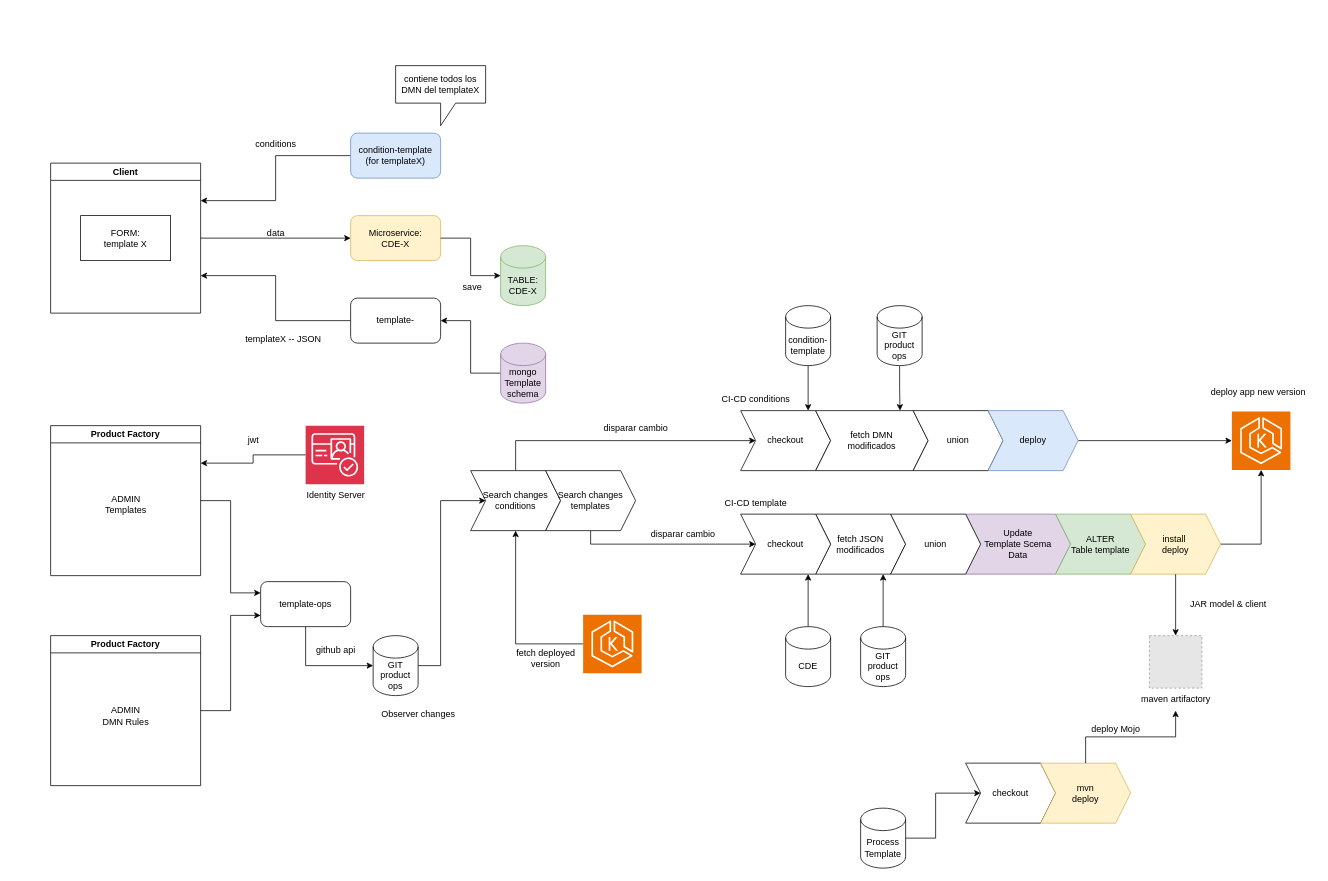
Earlier version of the draw.io diagram fabrica-productos.drawio (saman-core/docs). Source tidied: cells renumbered, new cells numbered last; positions are measured from the earlier drawing's top-left corner, leaving out a move shared by most shapes. Both pictures are drawn from the tidied source at 75%, with x=0, y=0 at pixel (50, 65). Pictures stored in the file or linked from it are replaced by grey dashed boxes.
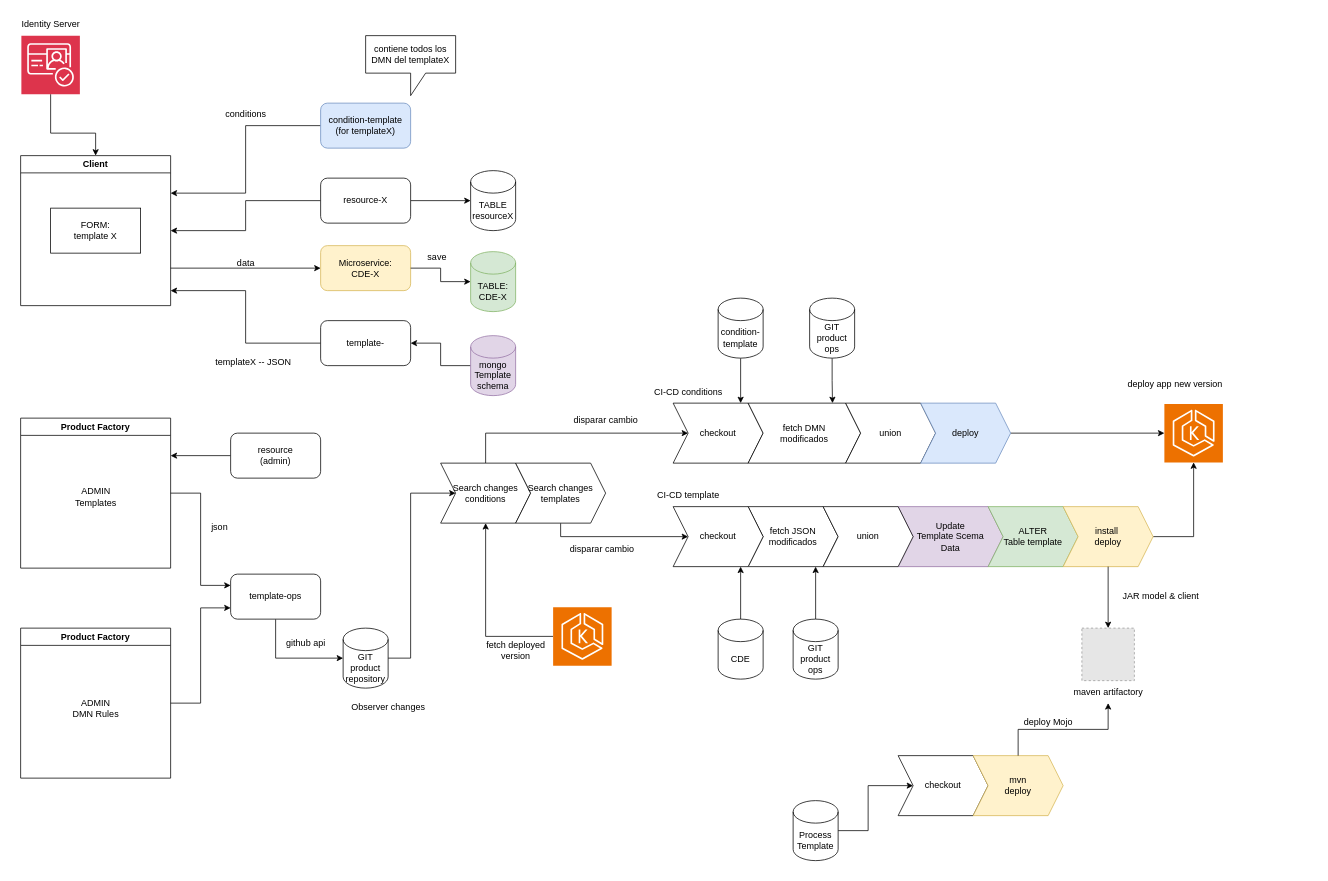
After the change.

The edit, as a diff of the source:
```diff
@@
     <mxCell id="2" style="edgeStyle=orthogonalEdgeStyle;rounded=0;jettySize=auto;html=1;" parent="1" edge="1" source="3" target="50">
       <mxGeometry relative="1" as="geometry">
         <Array as="points">
-          <mxPoint x="520" y="800" />
-          <mxPoint x="520" y="580" />
+          <mxPoint x="480" y="790" />
+          <mxPoint x="480" y="570" />
         </Array>
       </mxGeometry>
     </mxCell>
-    <mxCell id="3" value="GIT&lt;br&gt;product ops" style="shape=cylinder3;whiteSpace=wrap;html=1;boundedLbl=1;backgroundOutline=1;size=15;" parent="1" vertex="1">
-      <mxGeometry x="430" y="760" width="60" height="80" as="geometry" />
+    <mxCell id="3" value="GIT&lt;br&gt;product repository" style="shape=cylinder3;whiteSpace=wrap;html=1;boundedLbl=1;backgroundOutline=1;size=15;" parent="1" vertex="1">
+      <mxGeometry x="390" y="750" width="60" height="80" as="geometry" />
     </mxCell>
     <mxCell id="4" style="edgeStyle=orthogonalEdgeStyle;rounded=0;jettySize=auto;html=1;" parent="1" edge="1" source="5" target="3">
       <mxGeometry relative="1" as="geometry">
         <Array as="points">
-          <mxPoint x="340" y="800" />
+          <mxPoint x="300" y="790" />
         </Array>
       </mxGeometry>
     </mxCell>
     <mxCell id="5" value="template-ops" style="rounded=1;whiteSpace=wrap;html=1;" parent="1" vertex="1">
-      <mxGeometry x="280" y="688" width="120" height="60" as="geometry" />
+      <mxGeometry x="240" y="678" width="120" height="60" as="geometry" />
     </mxCell>
     <mxCell id="6" value="github api" style="text;html=1;align=center;verticalAlign=middle;strokeColor=none;fillColor=none;" parent="1" vertex="1">
-      <mxGeometry x="340" y="765" width="80" height="30" as="geometry" />
+      <mxGeometry x="300" y="755" width="80" height="30" as="geometry" />
     </mxCell>
@@
     <mxCell id="8" value="Product Factory" style="swimlane;whiteSpace=wrap;html=1;" parent="1" vertex="1">
-      <mxGeometry y="480" width="200" height="200" as="geometry" />
+      <mxGeometry x="-40" y="470" width="200" height="200" as="geometry" />
     </mxCell>
@@
     <mxCell id="11" value="Product Factory" style="swimlane;whiteSpace=wrap;html=1;" parent="1" vertex="1">
-      <mxGeometry y="760" width="200" height="200" as="geometry" />
+      <mxGeometry x="-40" y="750" width="200" height="200" as="geometry" />
     </mxCell>
@@
-    <mxCell id="13" style="edgeStyle=orthogonalEdgeStyle;rounded=0;jettySize=auto;html=1;" parent="1" edge="1" source="14" target="25">
+    <mxCell id="13" style="edgeStyle=orthogonalEdgeStyle;rounded=0;jettySize=auto;html=1;exitX=1;exitY=0.75;exitDx=0;exitDy=0;" parent="1" edge="1" source="14" target="25">
       <mxGeometry relative="1" as="geometry" />
     </mxCell>
     <mxCell id="14" value="Client" style="swimlane;whiteSpace=wrap;html=1;" parent="1" vertex="1">
-      <mxGeometry y="130" width="200" height="200" as="geometry" />
+      <mxGeometry x="-40" y="120" width="200" height="200" as="geometry" />
     </mxCell>
@@
-    <mxCell id="16" style="edgeStyle=orthogonalEdgeStyle;rounded=0;jettySize=auto;html=1;entryX=1;entryY=0.75;entryDx=0;entryDy=0;" parent="1" edge="1" source="17" target="14">
-      <mxGeometry relative="1" as="geometry" />
+    <mxCell id="16" style="edgeStyle=orthogonalEdgeStyle;rounded=0;jettySize=auto;html=1;" parent="1" edge="1" source="17">
+      <mxGeometry relative="1" as="geometry">
+        <mxPoint x="160" y="300" as="targetPoint" />
+        <Array as="points">
+          <mxPoint x="260" y="370" />
+          <mxPoint x="260" y="300" />
+        </Array>
+      </mxGeometry>
     </mxCell>
     <mxCell id="17" value="template-" style="rounded=1;whiteSpace=wrap;html=1;" parent="1" vertex="1">
-      <mxGeometry x="400" y="310" width="120" height="60" as="geometry" />
+      <mxGeometry x="360" y="340" width="120" height="60" as="geometry" />
     </mxCell>
@@
     <mxCell id="19" value="condition-template&lt;br&gt;(for templateX)" style="rounded=1;whiteSpace=wrap;html=1;fillColor=#dae8fc;strokeColor=#6c8ebf;" parent="1" vertex="1">
-      <mxGeometry x="400" y="90" width="120" height="60" as="geometry" />
+      <mxGeometry x="360" y="50" width="120" height="60" as="geometry" />
     </mxCell>
@@
     <mxCell id="21" value="mongo&lt;br&gt;Template&lt;br&gt;schema" style="shape=cylinder3;whiteSpace=wrap;html=1;boundedLbl=1;backgroundOutline=1;size=15;fillColor=#e1d5e7;strokeColor=#9673a6;" parent="1" vertex="1">
-      <mxGeometry x="600" y="370" width="60" height="80" as="geometry" />
+      <mxGeometry x="560" y="360" width="60" height="80" as="geometry" />
     </mxCell>
     <mxCell id="22" value="templateX -- JSON" style="text;html=1;align=center;verticalAlign=middle;strokeColor=none;fillColor=none;" parent="1" vertex="1">
-      <mxGeometry x="250" y="350" width="120" height="30" as="geometry" />
+      <mxGeometry x="210" y="380" width="120" height="30" as="geometry" />
     </mxCell>
     <mxCell id="23" value="conditions" style="text;html=1;align=center;verticalAlign=middle;strokeColor=none;fillColor=none;" parent="1" vertex="1">
-      <mxGeometry x="260" y="90" width="80" height="30" as="geometry" />
+      <mxGeometry x="220" y="50" width="80" height="30" as="geometry" />
     </mxCell>
     <mxCell id="24" value="contiene todos los DMN del templateX" style="shape=callout;whiteSpace=wrap;html=1;perimeter=calloutPerimeter;" parent="1" vertex="1">
-      <mxGeometry x="460" width="120" height="80" as="geometry" />
+      <mxGeometry x="420" y="-40" width="120" height="80" as="geometry" />
     </mxCell>
     <mxCell id="25" value="Microservice:&lt;br&gt;CDE-X" style="rounded=1;whiteSpace=wrap;html=1;fillColor=#fff2cc;strokeColor=#d6b656;" parent="1" vertex="1">
-      <mxGeometry x="400" y="200" width="120" height="60" as="geometry" />
+      <mxGeometry x="360" y="240" width="120" height="60" as="geometry" />
     </mxCell>
     <mxCell id="26" value="data" style="text;html=1;align=center;verticalAlign=middle;strokeColor=none;fillColor=none;" parent="1" vertex="1">
-      <mxGeometry x="275" y="208" width="50" height="30" as="geometry" />
+      <mxGeometry x="235" y="248" width="50" height="30" as="geometry" />
     </mxCell>
     <mxCell id="27" value="TABLE:&lt;br&gt;CDE-X" style="shape=cylinder3;whiteSpace=wrap;html=1;boundedLbl=1;backgroundOutline=1;size=15;fillColor=#d5e8d4;strokeColor=#82b366;" parent="1" vertex="1">
-      <mxGeometry x="600" y="240" width="60" height="80" as="geometry" />
+      <mxGeometry x="560" y="248" width="60" height="80" as="geometry" />
     </mxCell>
     <mxCell id="28" style="edgeStyle=orthogonalEdgeStyle;rounded=0;jettySize=auto;html=1;entryX=0;entryY=0.5;entryDx=0;entryDy=0;entryPerimeter=0;exitX=1;exitY=0.5;exitDx=0;exitDy=0;" parent="1" edge="1" source="25" target="27">
       <mxGeometry relative="1" as="geometry">
         <Array as="points">
-          <mxPoint x="560" y="230" />
-          <mxPoint x="560" y="280" />
+          <mxPoint x="520" y="270" />
+          <mxPoint x="520" y="288" />
         </Array>
       </mxGeometry>
     </mxCell>
     <mxCell id="29" value="save" style="text;html=1;align=center;verticalAlign=middle;strokeColor=none;fillColor=none;" parent="1" vertex="1">
-      <mxGeometry x="537" y="280" width="50" height="30" as="geometry" />
+      <mxGeometry x="490" y="240" width="50" height="30" as="geometry" />
     </mxCell>
     <mxCell id="30" value="Update&lt;br&gt;Template Scema&lt;br&gt;Data" style="shape=step;perimeter=stepPerimeter;whiteSpace=wrap;html=1;fixedSize=1;fillColor=#e1d5e7;strokeColor=#9673a6;" parent="1" vertex="1">
-      <mxGeometry x="1220" y="598" width="140" height="80" as="geometry" />
+      <mxGeometry x="1130" y="588" width="140" height="80" as="geometry" />
     </mxCell>
     <mxCell id="31" value="ALTER&lt;br&gt;Table template" style="shape=step;perimeter=stepPerimeter;whiteSpace=wrap;html=1;fixedSize=1;fillColor=#d5e8d4;strokeColor=#82b366;" parent="1" vertex="1">
-      <mxGeometry x="1340" y="598" width="120" height="80" as="geometry" />
+      <mxGeometry x="1250" y="588" width="120" height="80" as="geometry" />
     </mxCell>
     <mxCell id="32" value="fetch JSON&lt;br style=&quot;border-color: var(--border-color);&quot;&gt;modificados" style="shape=step;perimeter=stepPerimeter;whiteSpace=wrap;html=1;fixedSize=1;" parent="1" vertex="1">
-      <mxGeometry x="1020" y="598" width="120" height="80" as="geometry" />
+      <mxGeometry x="930" y="588" width="120" height="80" as="geometry" />
     </mxCell>
@@
     <mxCell id="34" value="install&amp;nbsp;&lt;br&gt;deploy" style="shape=step;perimeter=stepPerimeter;whiteSpace=wrap;html=1;fixedSize=1;fillColor=#fff2cc;strokeColor=#d6b656;" parent="1" vertex="1">
-      <mxGeometry x="1440" y="598" width="120" height="80" as="geometry" />
+      <mxGeometry x="1350" y="588" width="120" height="80" as="geometry" />
     </mxCell>
     <mxCell id="35" value="checkout" style="shape=step;perimeter=stepPerimeter;whiteSpace=wrap;html=1;fixedSize=1;" parent="1" vertex="1">
-      <mxGeometry x="920" y="460" width="120" height="80" as="geometry" />
+      <mxGeometry x="830" y="450" width="120" height="80" as="geometry" />
     </mxCell>
     <mxCell id="36" value="fetch DMN&lt;br style=&quot;border-color: var(--border-color);&quot;&gt;modificados" style="shape=step;perimeter=stepPerimeter;whiteSpace=wrap;html=1;fixedSize=1;" parent="1" vertex="1">
-      <mxGeometry x="1020" y="460" width="150" height="80" as="geometry" />
+      <mxGeometry x="930" y="450" width="150" height="80" as="geometry" />
     </mxCell>
     <mxCell id="37" value="union" style="shape=step;perimeter=stepPerimeter;whiteSpace=wrap;html=1;fixedSize=1;" parent="1" vertex="1">
-      <mxGeometry x="1150" y="460" width="120" height="80" as="geometry" />
+      <mxGeometry x="1060" y="450" width="120" height="80" as="geometry" />
     </mxCell>
@@
     <mxCell id="39" value="deploy" style="shape=step;perimeter=stepPerimeter;whiteSpace=wrap;html=1;fixedSize=1;fillColor=#dae8fc;strokeColor=#6c8ebf;" parent="1" vertex="1">
-      <mxGeometry x="1250" y="460" width="120" height="80" as="geometry" />
+      <mxGeometry x="1160" y="450" width="120" height="80" as="geometry" />
     </mxCell>
     <mxCell id="40" value="CI-CD conditions" style="text;html=1;align=center;verticalAlign=middle;strokeColor=none;fillColor=none;" parent="1" vertex="1">
-      <mxGeometry x="885" y="430" width="110" height="30" as="geometry" />
+      <mxGeometry x="795" y="420" width="110" height="30" as="geometry" />
     </mxCell>
     <mxCell id="41" value="CI-CD template" style="text;html=1;align=center;verticalAlign=middle;strokeColor=none;fillColor=none;" parent="1" vertex="1">
-      <mxGeometry x="885" y="568" width="110" height="30" as="geometry" />
+      <mxGeometry x="795" y="558" width="110" height="30" as="geometry" />
     </mxCell>
@@
     <mxCell id="43" value="condition-template" style="shape=cylinder3;whiteSpace=wrap;html=1;boundedLbl=1;backgroundOutline=1;size=15;" parent="1" vertex="1">
-      <mxGeometry x="980" y="320" width="60" height="80" as="geometry" />
+      <mxGeometry x="890" y="310" width="60" height="80" as="geometry" />
     </mxCell>
@@
     <mxCell id="45" value="CDE" style="shape=cylinder3;whiteSpace=wrap;html=1;boundedLbl=1;backgroundOutline=1;size=15;" parent="1" vertex="1">
-      <mxGeometry x="980" y="748" width="60" height="80" as="geometry" />
+      <mxGeometry x="890" y="738" width="60" height="80" as="geometry" />
     </mxCell>
     <mxCell id="46" value="checkout" style="shape=step;perimeter=stepPerimeter;whiteSpace=wrap;html=1;fixedSize=1;" parent="1" vertex="1">
-      <mxGeometry x="920" y="598" width="120" height="80" as="geometry" />
+      <mxGeometry x="830" y="588" width="120" height="80" as="geometry" />
     </mxCell>
     <mxCell id="47" value="union" style="shape=step;perimeter=stepPerimeter;whiteSpace=wrap;html=1;fixedSize=1;" parent="1" vertex="1">
-      <mxGeometry x="1120" y="598" width="120" height="80" as="geometry" />
+      <mxGeometry x="1030" y="588" width="120" height="80" as="geometry" />
     </mxCell>
@@
     <mxCell id="49" style="edgeStyle=orthogonalEdgeStyle;rounded=0;jettySize=auto;html=1;" parent="1" edge="1" source="50" target="35">
       <mxGeometry relative="1" as="geometry">
         <Array as="points">
-          <mxPoint x="620" y="500" />
+          <mxPoint x="580" y="490" />
         </Array>
       </mxGeometry>
     </mxCell>
     <mxCell id="50" value="Search changes&lt;br&gt;conditions" style="shape=step;perimeter=stepPerimeter;whiteSpace=wrap;html=1;fixedSize=1;" parent="1" vertex="1">
-      <mxGeometry x="560" y="540" width="120" height="80" as="geometry" />
+      <mxGeometry x="520" y="530" width="120" height="80" as="geometry" />
     </mxCell>
     <mxCell id="51" value="Observer changes" style="text;html=1;align=center;verticalAlign=middle;strokeColor=none;fillColor=none;" parent="1" vertex="1">
-      <mxGeometry x="430" y="850" width="120" height="30" as="geometry" />
+      <mxGeometry x="390" y="840" width="120" height="30" as="geometry" />
     </mxCell>
     <mxCell id="52" style="edgeStyle=orthogonalEdgeStyle;rounded=0;jettySize=auto;html=1;" parent="1" edge="1" source="53" target="46">
       <mxGeometry relative="1" as="geometry">
         <Array as="points">
-          <mxPoint x="720" y="638" />
+          <mxPoint x="680" y="628" />
         </Array>
       </mxGeometry>
     </mxCell>
     <mxCell id="53" value="Search changes&lt;br&gt;templates" style="shape=step;perimeter=stepPerimeter;whiteSpace=wrap;html=1;fixedSize=1;" parent="1" vertex="1">
-      <mxGeometry x="660" y="540" width="120" height="80" as="geometry" />
+      <mxGeometry x="620" y="530" width="120" height="80" as="geometry" />
     </mxCell>
@@
     <mxCell id="55" value="GIT&lt;br&gt;product ops" style="shape=cylinder3;whiteSpace=wrap;html=1;boundedLbl=1;backgroundOutline=1;size=15;" parent="1" vertex="1">
-      <mxGeometry x="1102" y="320" width="60" height="80" as="geometry" />
+      <mxGeometry x="1012" y="310" width="60" height="80" as="geometry" />
     </mxCell>
@@
     <mxCell id="57" value="GIT&lt;br&gt;product ops" style="shape=cylinder3;whiteSpace=wrap;html=1;boundedLbl=1;backgroundOutline=1;size=15;" parent="1" vertex="1">
-      <mxGeometry x="1080" y="748" width="60" height="80" as="geometry" />
+      <mxGeometry x="990" y="738" width="60" height="80" as="geometry" />
     </mxCell>
@@
     <mxCell id="59" style="sketch=0;points=[[0,0,0],[0.25,0,0],[0.5,0,0],[0.75,0,0],[1,0,0],[0,1,0],[0.25,1,0],[0.5,1,0],[0.75,1,0],[1,1,0],[0,0.25,0],[0,0.5,0],[0,0.75,0],[1,0.25,0],[1,0.5,0],[1,0.75,0]];outlineConnect=0;fontColor=#232F3E;fillColor=#ED7100;strokeColor=#ffffff;dashed=0;verticalLabelPosition=bottom;verticalAlign=top;align=center;html=1;fontSize=12;fontStyle=0;shape=mxgraph.aws4.resourceIcon;resIcon=mxgraph.aws4.eks;" parent="1" vertex="1">
-      <mxGeometry x="710" y="732" width="78" height="78" as="geometry" />
+      <mxGeometry x="670" y="722" width="78" height="78" as="geometry" />
     </mxCell>
     <mxCell id="60" value="fetch deployed&lt;br&gt;version" style="text;html=1;align=center;verticalAlign=middle;strokeColor=none;fillColor=none;" parent="1" vertex="1">
-      <mxGeometry x="610" y="770" width="100" height="40" as="geometry" />
+      <mxGeometry x="570" y="760" width="100" height="40" as="geometry" />
     </mxCell>
     <mxCell id="61" style="sketch=0;points=[[0,0,0],[0.25,0,0],[0.5,0,0],[0.75,0,0],[1,0,0],[0,1,0],[0.25,1,0],[0.5,1,0],[0.75,1,0],[1,1,0],[0,0.25,0],[0,0.5,0],[0,0.75,0],[1,0.25,0],[1,0.5,0],[1,0.75,0]];outlineConnect=0;fontColor=#232F3E;fillColor=#ED7100;strokeColor=#ffffff;dashed=0;verticalLabelPosition=bottom;verticalAlign=top;align=center;html=1;fontSize=12;fontStyle=0;shape=mxgraph.aws4.resourceIcon;resIcon=mxgraph.aws4.eks;" parent="1" vertex="1">
-      <mxGeometry x="1575" y="461" width="78" height="78" as="geometry" />
+      <mxGeometry x="1485" y="451" width="78" height="78" as="geometry" />
     </mxCell>
     <mxCell id="62" value="deploy app new version" style="text;html=1;align=center;verticalAlign=middle;strokeColor=none;fillColor=none;" parent="1" vertex="1">
-      <mxGeometry x="1535" y="420" width="150" height="30" as="geometry" />
+      <mxGeometry x="1424" y="410" width="150" height="30" as="geometry" />
     </mxCell>
     <mxCell id="63" style="fillColor=#E6E6E6;strokeColor=#999999;dashed=1;verticalLabelPosition=bottom;verticalAlign=top;" parent="1" vertex="1">
-      <mxGeometry x="1465" y="760" width="70" height="70" as="geometry" />
+      <mxGeometry x="1375" y="750" width="70" height="70" as="geometry" />
     </mxCell>
     <mxCell id="64" value="maven artifactory" style="text;html=1;align=center;verticalAlign=middle;points=[];strokeColor=none;fillColor=none;" parent="1" vertex="1">
-      <mxGeometry x="1440" y="830" width="120" height="30" as="geometry" />
+      <mxGeometry x="1350" y="820" width="120" height="30" as="geometry" />
     </mxCell>
     <mxCell id="65" value="disparar cambio" style="text;html=1;align=center;verticalAlign=middle;strokeColor=none;fillColor=none;" parent="1" vertex="1">
-      <mxGeometry x="725" y="468" width="110" height="30" as="geometry" />
+      <mxGeometry x="685" y="458" width="110" height="30" as="geometry" />
     </mxCell>
     <mxCell id="66" value="disparar cambio" style="text;html=1;align=center;verticalAlign=middle;strokeColor=none;fillColor=none;" parent="1" vertex="1">
-      <mxGeometry x="788" y="610" width="110" height="30" as="geometry" />
+      <mxGeometry x="680" y="630" width="110" height="30" as="geometry" />
     </mxCell>
-    <mxCell id="67" style="edgeStyle=orthogonalEdgeStyle;rounded=0;jettySize=auto;html=1;entryX=1;entryY=0.25;entryDx=0;entryDy=0;" parent="1" edge="1" source="68" target="8">
-      <mxGeometry relative="1" as="geometry" />
-    </mxCell>
+    <mxCell id="78" style="edgeStyle=orthogonalEdgeStyle;rounded=0;jettySize=auto;html=1;entryX=0.5;entryY=0;entryDx=0;entryDy=0;" parent="1" edge="1" source="68" target="14">
+      <mxGeometry relative="1" as="geometry">
+        <Array as="points">
+          <mxPoint y="90" />
+          <mxPoint x="60" y="90" />
+        </Array>
+      </mxGeometry>
+    </mxCell>
     <mxCell id="68" style="sketch=0;points=[[0,0,0],[0.25,0,0],[0.5,0,0],[0.75,0,0],[1,0,0],[0,1,0],[0.25,1,0],[0.5,1,0],[0.75,1,0],[1,1,0],[0,0.25,0],[0,0.5,0],[0,0.75,0],[1,0.25,0],[1,0.5,0],[1,0.75,0]];outlineConnect=0;fontColor=#232F3E;fillColor=#DD344C;strokeColor=#ffffff;dashed=0;verticalLabelPosition=bottom;verticalAlign=top;align=center;html=1;fontSize=12;fontStyle=0;shape=mxgraph.aws4.resourceIcon;resIcon=mxgraph.aws4.cognito;" parent="1" vertex="1">
-      <mxGeometry x="340" y="480" width="78" height="78" as="geometry" />
+      <mxGeometry x="-39" y="-40" width="78" height="78" as="geometry" />
     </mxCell>
     <mxCell id="69" value="Identity Server" style="text;html=1;align=center;verticalAlign=middle;strokeColor=none;fillColor=none;" parent="1" vertex="1">
-      <mxGeometry x="330" y="558" width="100" height="30" as="geometry" />
+      <mxGeometry x="-50" y="-70" width="100" height="30" as="geometry" />
     </mxCell>
-    <mxCell id="70" value="jwt" style="text;html=1;align=center;verticalAlign=middle;strokeColor=none;fillColor=none;" parent="1" vertex="1">
-      <mxGeometry x="250" y="485" width="40" height="30" as="geometry" />
-    </mxCell>
     <mxCell id="71" value="JAR model &amp;amp; client" style="text;html=1;align=center;verticalAlign=middle;strokeColor=none;fillColor=none;" parent="1" vertex="1">
-      <mxGeometry x="1510" y="703" width="120" height="30" as="geometry" />
+      <mxGeometry x="1420" y="693" width="120" height="30" as="geometry" />
     </mxCell>
@@
     <mxCell id="73" value="Process&lt;br&gt;Template" style="shape=cylinder3;whiteSpace=wrap;html=1;boundedLbl=1;backgroundOutline=1;size=15;" parent="1" vertex="1">
-      <mxGeometry x="1080" y="990" width="60" height="80" as="geometry" />
+      <mxGeometry x="990" y="980" width="60" height="80" as="geometry" />
     </mxCell>
     <mxCell id="74" value="checkout" style="shape=step;perimeter=stepPerimeter;whiteSpace=wrap;html=1;fixedSize=1;" parent="1" vertex="1">
-      <mxGeometry x="1220" y="930" width="120" height="80" as="geometry" />
+      <mxGeometry x="1130" y="920" width="120" height="80" as="geometry" />
     </mxCell>
     <mxCell id="75" value="mvn&lt;br&gt;deploy" style="shape=step;perimeter=stepPerimeter;whiteSpace=wrap;html=1;fixedSize=1;fillColor=#fff2cc;strokeColor=#d6b656;" parent="1" vertex="1">
-      <mxGeometry x="1320" y="930" width="120" height="80" as="geometry" />
+      <mxGeometry x="1230" y="920" width="120" height="80" as="geometry" />
     </mxCell>
@@
     <mxCell id="77" value="deploy Mojo" style="text;html=1;align=center;verticalAlign=middle;strokeColor=none;fillColor=none;" parent="1" vertex="1">
-      <mxGeometry x="1375" y="870" width="90" height="30" as="geometry" />
+      <mxGeometry x="1285" y="860" width="90" height="30" as="geometry" />
     </mxCell>
+    <mxCell id="79" value="json" style="text;html=1;align=center;verticalAlign=middle;strokeColor=none;fillColor=none;" parent="1" vertex="1">
+      <mxGeometry x="200" y="600" width="50" height="30" as="geometry" />
+    </mxCell>
+    <mxCell id="80" style="edgeStyle=orthogonalEdgeStyle;rounded=0;jettySize=auto;html=1;entryX=1;entryY=0.25;entryDx=0;entryDy=0;" parent="1" edge="1" source="81" target="8">
+      <mxGeometry relative="1" as="geometry" />
+    </mxCell>
+    <mxCell id="81" value="resource&lt;br&gt;(admin)" style="rounded=1;whiteSpace=wrap;html=1;" parent="1" vertex="1">
+      <mxGeometry x="240" y="490" width="120" height="60" as="geometry" />
+    </mxCell>
+    <mxCell id="82" style="edgeStyle=orthogonalEdgeStyle;rounded=0;jettySize=auto;html=1;" parent="1" edge="1" source="84" target="85">
+      <mxGeometry relative="1" as="geometry" />
+    </mxCell>
+    <mxCell id="83" style="edgeStyle=orthogonalEdgeStyle;rounded=0;jettySize=auto;html=1;entryX=1;entryY=0.5;entryDx=0;entryDy=0;" parent="1" edge="1" source="84" target="14">
+      <mxGeometry relative="1" as="geometry" />
+    </mxCell>
+    <mxCell id="84" value="resource-X" style="rounded=1;whiteSpace=wrap;html=1;" parent="1" vertex="1">
+      <mxGeometry x="360" y="150" width="120" height="60" as="geometry" />
+    </mxCell>
+    <mxCell id="85" value="TABLE&lt;br&gt;resourceX" style="shape=cylinder3;whiteSpace=wrap;html=1;boundedLbl=1;backgroundOutline=1;size=15;" parent="1" vertex="1">
+      <mxGeometry x="560" y="140" width="60" height="80" as="geometry" />
+    </mxCell>
```
